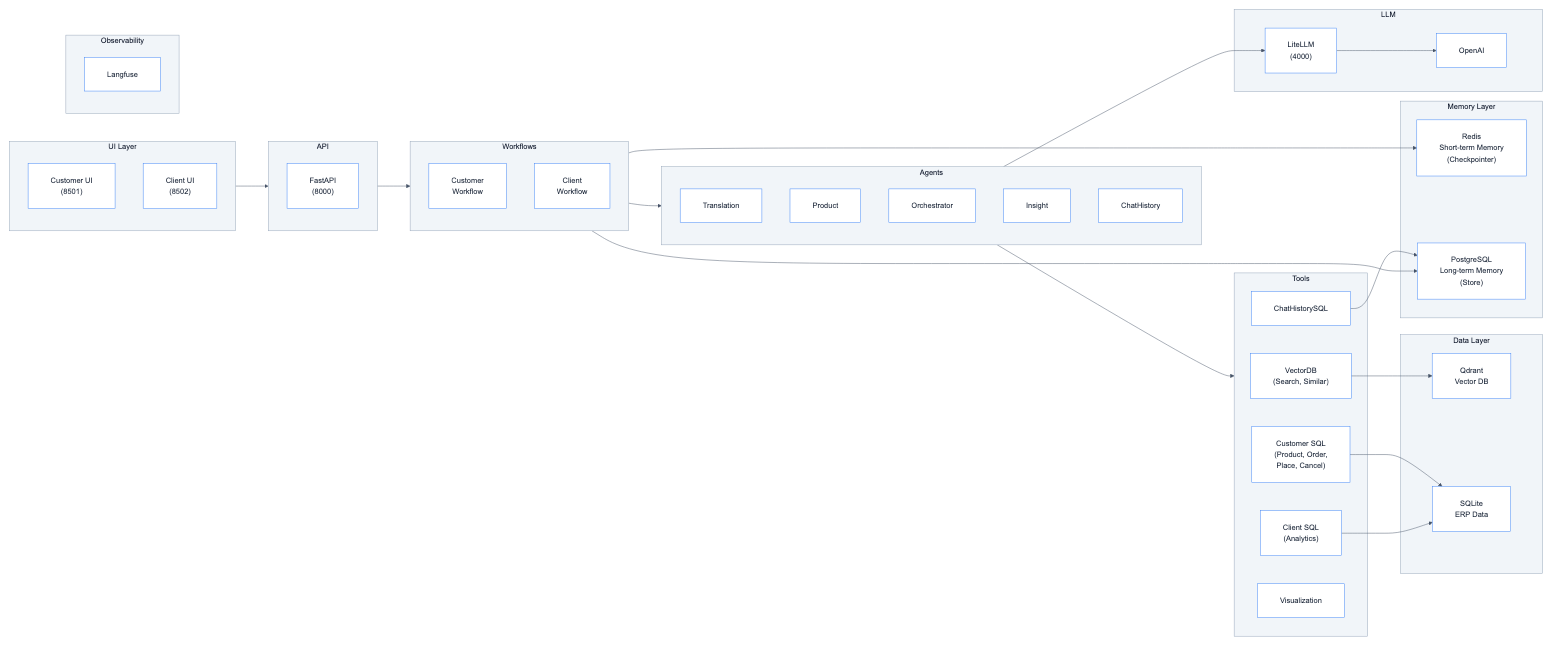
Earlier version of the Mermaid export docs/assets/diagrams/misc/README_1.png (mhokchuekchuek/mtl_agent). Its source is kept beside it as docs/assets/diagrams/misc/README_1.mmd.
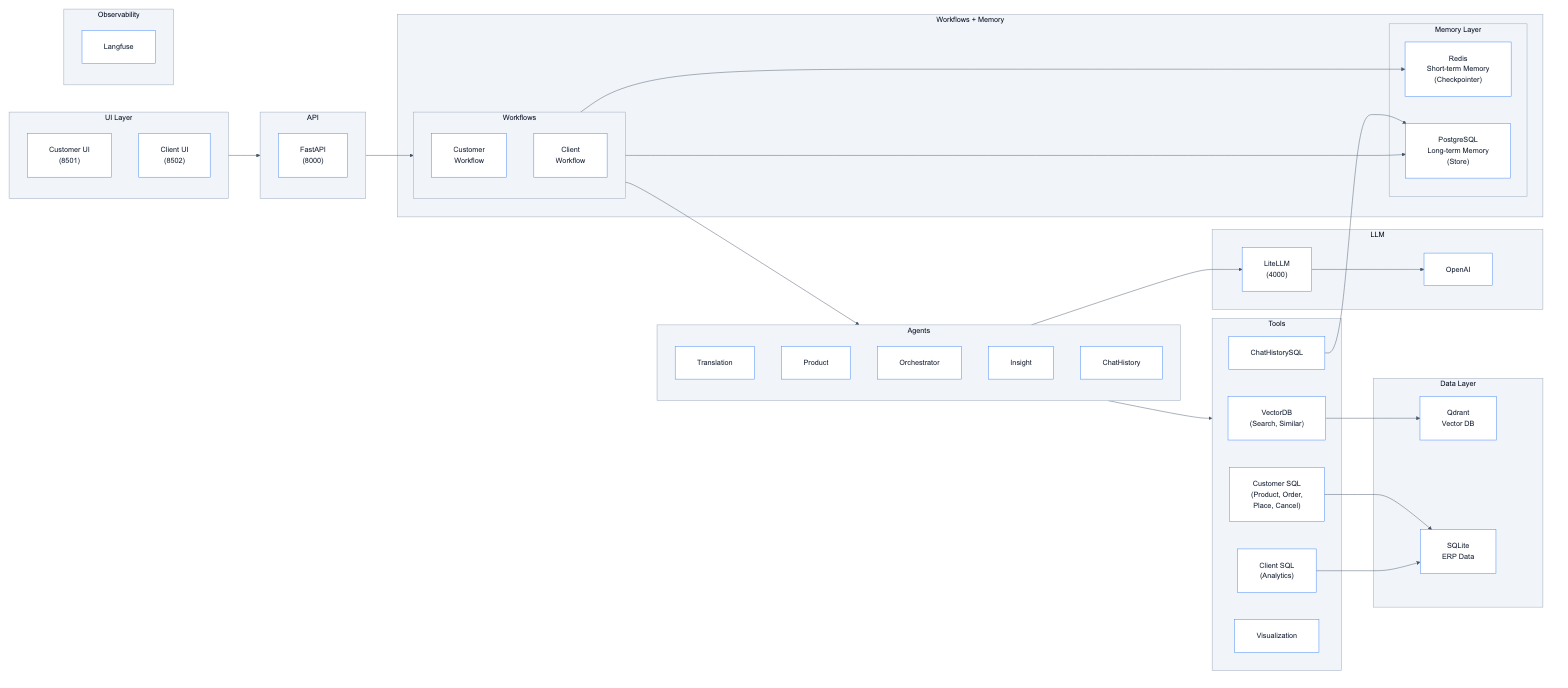
The same diagram one commit later.

Commit message:
docs: update architecture diagram and cleanup

Diff of the diagram source:
```diff
@@ -8,9 +8,15 @@
         FastAPI["FastAPI<br/>(8000)"]
     end
 
-    subgraph Workflows["Workflows"]
-        CustomerWF["Customer<br/>Workflow"]
-        ClientWF["Client<br/>Workflow"]
+    subgraph WF_Memory["Workflows + Memory"]
+        subgraph Workflows["Workflows"]
+            CustomerWF["Customer<br/>Workflow"]
+            ClientWF["Client<br/>Workflow"]
+        end
+        subgraph Memory["Memory Layer"]
+            Redis["Redis<br/>Short-term Memory<br/>(Checkpointer)"]
+            Postgres["PostgreSQL<br/>Long-term Memory<br/>(Store)"]
+        end
     end
 
     subgraph Agents["Agents"]
@@ -39,11 +45,6 @@
         SQLite["SQLite<br/>ERP Data"]
     end
 
-    subgraph Memory["Memory Layer"]
-        Redis["Redis<br/>Short-term Memory<br/>(Checkpointer)"]
-        Postgres["PostgreSQL<br/>Long-term Memory<br/>(Store)"]
-    end
-
     subgraph Obs["Observability"]
         Langfuse["Langfuse"]
     end
```
